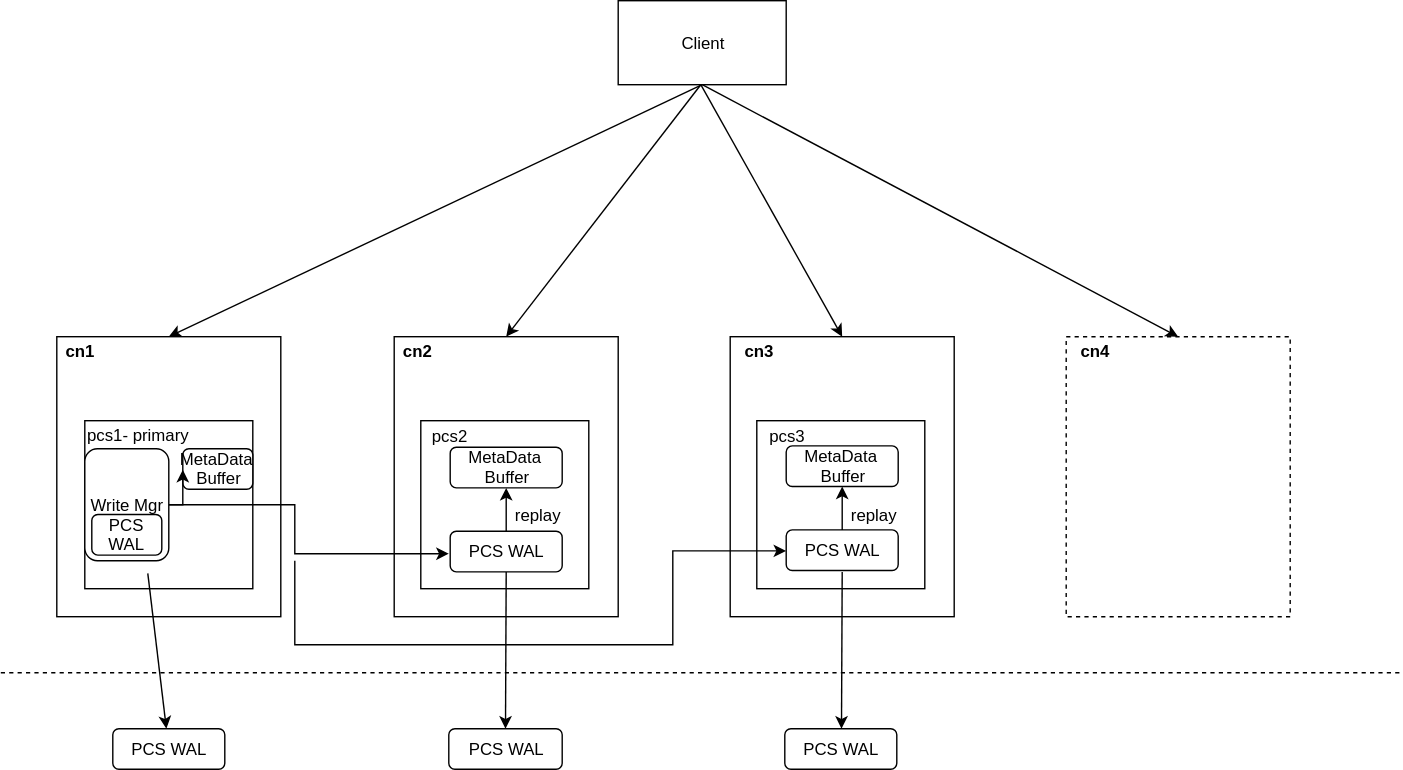
The draw.io diagram attachments/1671107410817.drawio.svg in simbahebinbo/smallfat.github.io, before a commit. Source tidied: cells renumbered, new cells last; positions are measured from the earlier drawing's top-left corner, leaving out a move shared by most shapes.
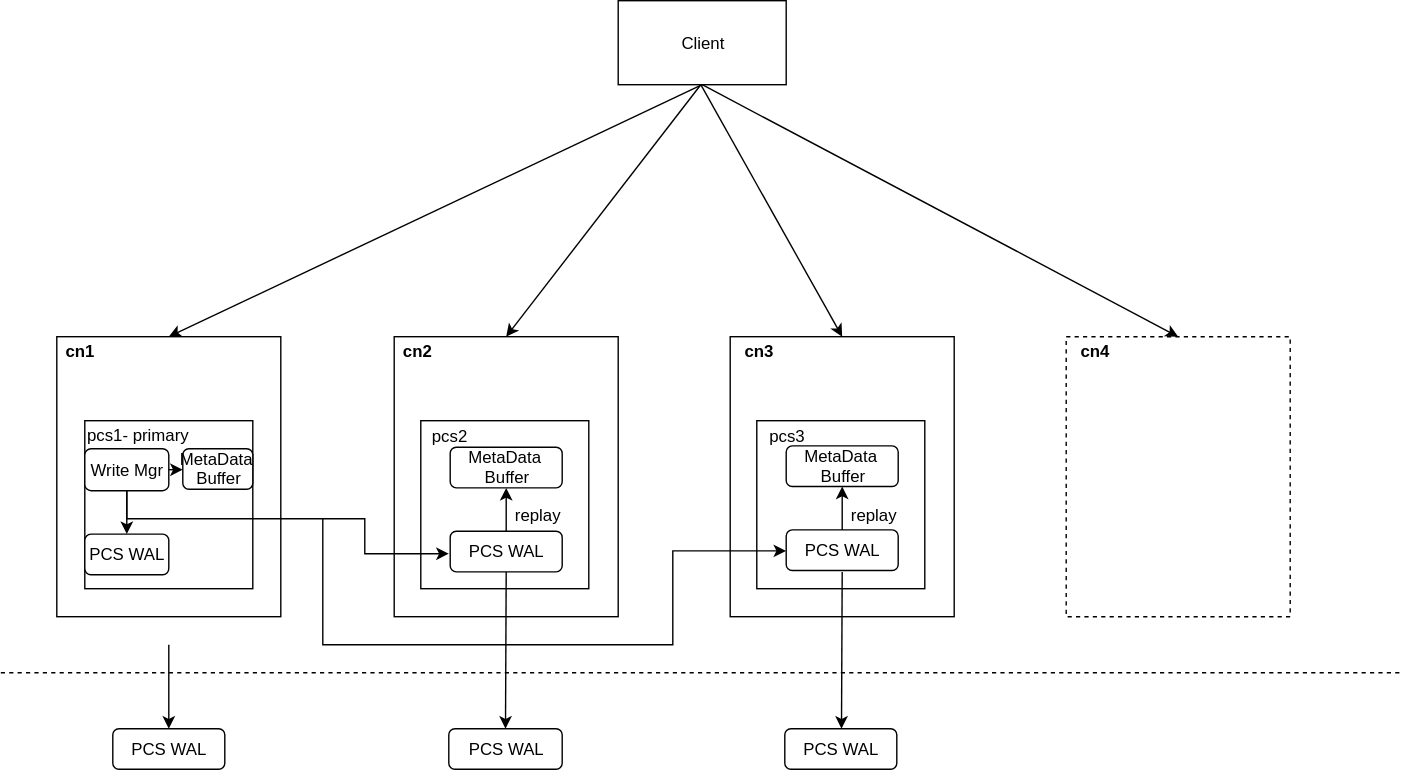
The same file after the commit.

Commit message:
添加附件 : attachments/1671107410817.drawio.svg

Diff of the diagram source:
```diff
@@ -102,9 +102,9 @@
     <mxCell id="32" value="PCS WAL" style="rounded=1;whiteSpace=wrap;html=1;" parent="1" vertex="1">
       <mxGeometry x="560" y="520" width="80" height="29" as="geometry" />
     </mxCell>
-    <mxCell id="33" style="endArrow=classic;html=1;exitX=0.5;exitY=1;exitDx=0;exitDy=0;" parent="1" edge="1" target="30">
+    <mxCell id="33" style="endArrow=classic;html=1;" parent="1" edge="1" target="30">
       <mxGeometry relative="1" as="geometry">
-        <mxPoint x="105" y="409" as="sourcePoint" />
+        <mxPoint x="120" y="460" as="sourcePoint" />
       </mxGeometry>
     </mxCell>
     <mxCell id="34" style="endArrow=classic;html=1;exitX=0.5;exitY=1;exitDx=0;exitDy=0;entryX=0.5;entryY=0;entryDx=0;entryDy=0;" parent="1" edge="1" source="13" target="31">
@@ -116,15 +116,21 @@
         <mxPoint x="600.5" y="520" as="targetPoint" />
       </mxGeometry>
     </mxCell>
-    <mxCell id="36" style="edgeStyle=orthogonalEdgeStyle;rounded=0;jettySize=auto;html=1;entryX=0.167;entryY=0.792;entryDx=0;entryDy=0;entryPerimeter=0;exitX=1;exitY=0.5;exitDx=0;exitDy=0;" parent="1" edge="1" source="41" target="10">
-      <mxGeometry relative="1" as="geometry" />
+    <mxCell id="36" style="edgeStyle=orthogonalEdgeStyle;rounded=0;jettySize=auto;html=1;entryX=0.167;entryY=0.792;entryDx=0;entryDy=0;entryPerimeter=0;exitX=0.5;exitY=1;exitDx=0;exitDy=0;" parent="1" edge="1" source="41" target="10">
+      <mxGeometry relative="1" as="geometry">
+        <Array as="points">
+          <mxPoint x="90" y="370" />
+          <mxPoint x="260" y="370" />
+          <mxPoint x="260" y="395" />
+        </Array>
+      </mxGeometry>
     </mxCell>
     <mxCell id="37" style="edgeStyle=orthogonalEdgeStyle;rounded=0;jettySize=auto;html=1;entryX=0;entryY=0.5;entryDx=0;entryDy=0;" parent="1" edge="1" target="18">
       <mxGeometry relative="1" as="geometry">
-        <mxPoint x="210" y="400" as="sourcePoint" />
+        <mxPoint x="230" y="370" as="sourcePoint" />
         <Array as="points">
-          <mxPoint x="210" y="409" />
-          <mxPoint x="210" y="460" />
+          <mxPoint x="230" y="370" />
+          <mxPoint x="230" y="460" />
           <mxPoint x="480" y="460" />
           <mxPoint x="480" y="393" />
         </Array>
@@ -139,11 +145,14 @@
     <mxCell id="40" style="edgeStyle=orthogonalEdgeStyle;rounded=0;jettySize=auto;html=1;exitX=1;exitY=0.5;exitDx=0;exitDy=0;entryX=0;entryY=0.5;entryDx=0;entryDy=0;" parent="1" edge="1" source="41" target="26">
       <mxGeometry relative="1" as="geometry" />
     </mxCell>
+    <mxCell id="43" style="edgeStyle=orthogonalEdgeStyle;rounded=0;jettySize=auto;html=1;exitX=0.5;exitY=1;exitDx=0;exitDy=0;" parent="1" edge="1" source="41" target="42">
+      <mxGeometry relative="1" as="geometry" />
+    </mxCell>
     <mxCell id="41" value="Write Mgr" style="rounded=1;whiteSpace=wrap;html=1;" parent="1" vertex="1">
-      <mxGeometry x="60" y="320" width="60" height="80" as="geometry" />
+      <mxGeometry x="60" y="320" width="60" height="30" as="geometry" />
     </mxCell>
     <mxCell id="42" value="PCS WAL" style="rounded=1;whiteSpace=wrap;html=1;" parent="1" vertex="1">
-      <mxGeometry x="65" y="367" width="50" height="29" as="geometry" />
+      <mxGeometry x="60" y="381" width="60" height="29" as="geometry" />
     </mxCell>
   </root>
 </mxGraphModel>
```
